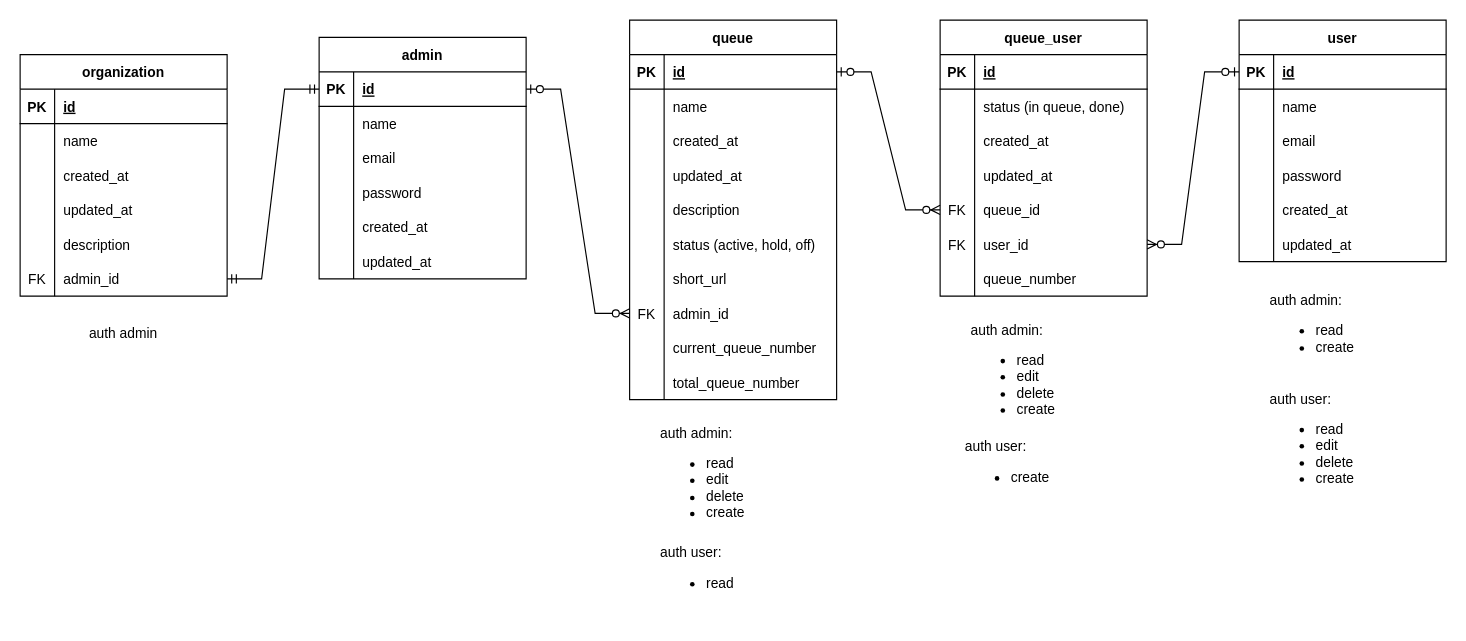
firdausraginda/antriin.id keeps this draw.io diagram as page "Page-2" (2 of 2) of antriin-erd.drawio. Above is the earlier version. Source tidied: cells renumbered, new cells numbered last; positions are measured from the earlier drawing's top-left corner, leaving out a move shared by most shapes. Both pictures are drawn from the tidied source at 115%, with x=0, y=0 at pixel (20, 20).
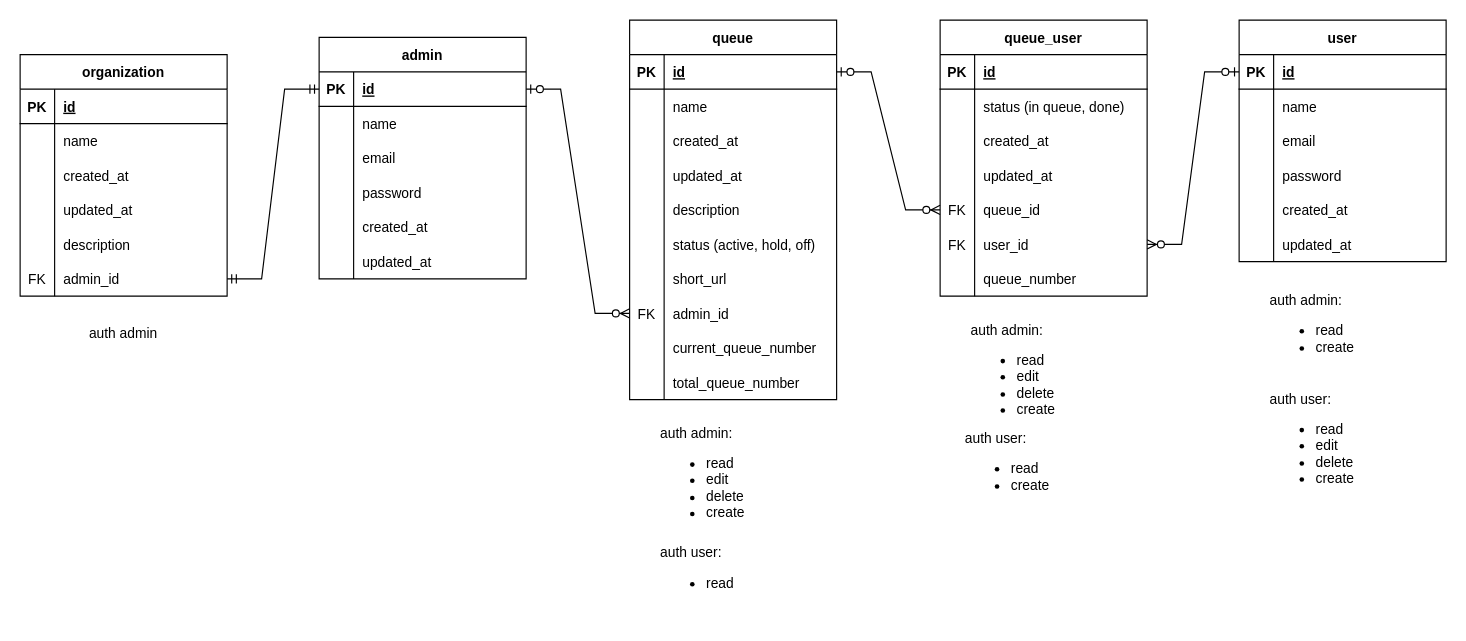
After the change.

The edit, as a diff of the source:
```diff
@@
-    <mxCell id="122" value="&lt;div&gt;auth user:&lt;/div&gt;&lt;div&gt;&lt;ul&gt;&lt;li&gt;create&lt;/li&gt;&lt;/ul&gt;&lt;/div&gt;" style="text;html=1;align=left;verticalAlign=middle;whiteSpace=wrap;rounded=0;" parent="1" vertex="1">
+    <mxCell id="122" value="&lt;div&gt;auth user:&lt;/div&gt;&lt;div&gt;&lt;ul&gt;&lt;li&gt;read&lt;/li&gt;&lt;li&gt;create&lt;/li&gt;&lt;/ul&gt;&lt;/div&gt;" style="text;html=1;align=left;verticalAlign=middle;whiteSpace=wrap;rounded=0;" parent="1" vertex="1">
       <mxGeometry x="820" y="350" width="130" height="80" as="geometry" />
     </mxCell>
```
